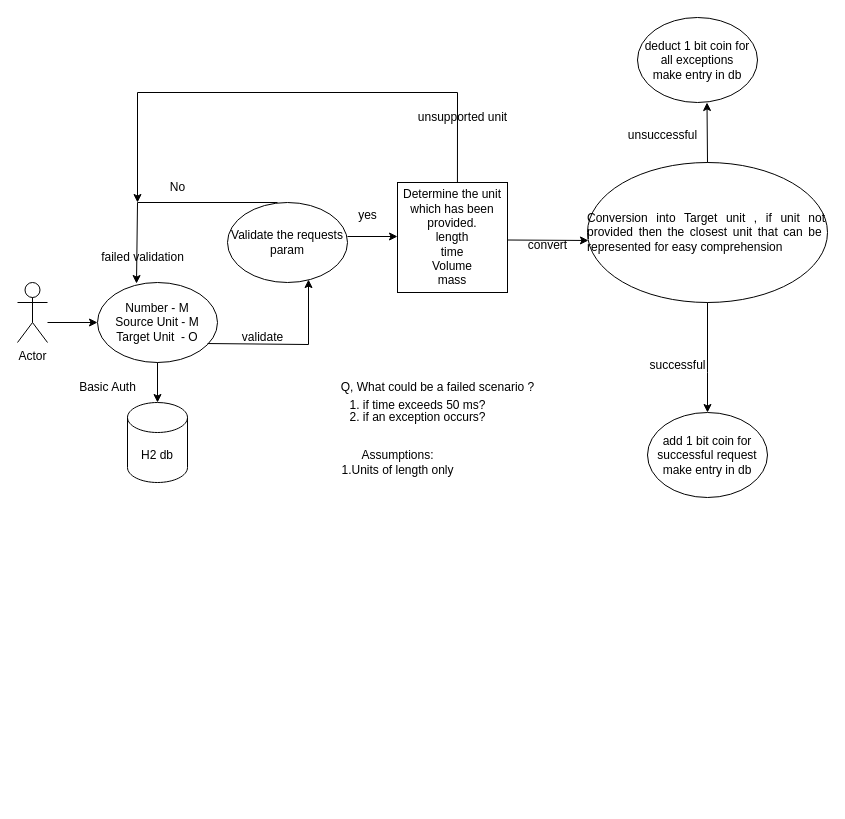
Earlier version of the draw.io diagram page "Page-1" (1 of 2) of HLD-Converters.drawio (pratimsh/DesignDiagramForUnitConverter). Source tidied: cells renumbered, new cells numbered last; positions are measured from the earlier drawing's top-left corner, leaving out a move shared by most shapes. Both pictures are drawn from the tidied source at 100%, with x=0, y=0 at pixel (17, 17).
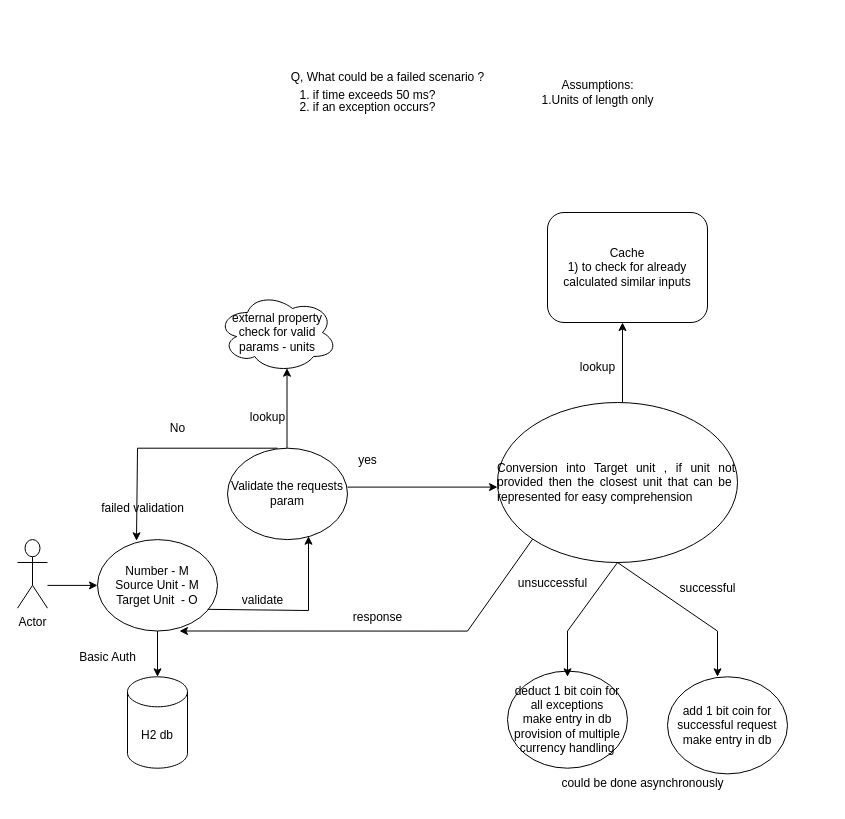
The same page after the edit.

The edit, as a diff of the source:
```diff
@@
+    <mxCell id="18" value="Assumptions:&lt;br&gt;1.Units of length only&lt;br&gt;" style="text;html=1;align=center;verticalAlign=middle;strokeColor=none;fillColor=none;" parent="1" vertex="1">
+      <mxGeometry x="510" y="55" width="140" height="40" as="geometry" />
+    </mxCell>
+    <mxCell id="19" style="group;" parent="1" vertex="1">
+      <mxGeometry x="260" y="45" width="220" height="60" as="geometry" />
+    </mxCell>
+    <mxCell id="20" value="Q, What could be a failed scenario ?" style="text;html=1;align=center;verticalAlign=middle;strokeColor=none;fillColor=none;" parent="19" vertex="1">
+      <mxGeometry width="220" height="30" as="geometry" />
+    </mxCell>
+    <mxCell id="21" value="1. if time exceeds 50 ms?" style="text;html=1;align=center;verticalAlign=middle;strokeColor=none;fillColor=none;" parent="19" vertex="1">
+      <mxGeometry x="10" y="18" width="160" height="30" as="geometry" />
+    </mxCell>
+    <mxCell id="22" value="2. if an exception occurs?" style="text;html=1;align=center;verticalAlign=middle;strokeColor=none;fillColor=none;" parent="19" vertex="1">
+      <mxGeometry x="10" y="30" width="160" height="30" as="geometry" />
+    </mxCell>
+    <mxCell id="33" value="Cache&lt;br&gt;1) to check for already calculated similar inputs" style="rounded=1;whiteSpace=wrap;html=1;" parent="1" vertex="1">
+      <mxGeometry x="530" y="195" width="160" height="110" as="geometry" />
+    </mxCell>
+    <mxCell id="34" style="group;" parent="1" vertex="1">
+      <mxGeometry y="385" width="770" height="400" as="geometry" />
+    </mxCell>
-    <mxCell id="2" value="Number - M&lt;br&gt;Source Unit - M&lt;br&gt;Target Unit&amp;nbsp; - O" style="ellipse;whiteSpace=wrap;html=1;" parent="1" vertex="1">
-      <mxGeometry x="80" y="265" width="120" height="80" as="geometry" />
+    <mxCell id="2" value="Number - M&lt;br&gt;Source Unit - M&lt;br&gt;Target Unit&amp;nbsp; - O" style="ellipse;whiteSpace=wrap;html=1;" parent="34" vertex="1">
+      <mxGeometry x="80" y="137.1" width="120" height="91.4" as="geometry" />
     </mxCell>
-    <mxCell id="3" value="Actor" style="shape=umlActor;verticalLabelPosition=bottom;verticalAlign=top;html=1;" parent="1" vertex="1">
-      <mxGeometry y="265" width="30" height="60" as="geometry" />
+    <mxCell id="3" value="Actor" style="shape=umlActor;verticalLabelPosition=bottom;verticalAlign=top;html=1;" parent="34" vertex="1">
+      <mxGeometry y="137.1" width="30" height="68.6" as="geometry" />
     </mxCell>
-    <mxCell id="4" style="endArrow=classic;html=1;rounded=0;" parent="1" edge="1">
+    <mxCell id="4" style="endArrow=classic;html=1;rounded=0;" parent="34" edge="1">
       <mxGeometry relative="1" as="geometry">
-        <mxPoint x="30" y="305" as="sourcePoint" />
-        <mxPoint x="80" y="305" as="targetPoint" />
+        <mxPoint x="30" y="182.9" as="sourcePoint" />
+        <mxPoint x="80" y="182.9" as="targetPoint" />
       </mxGeometry>
     </mxCell>
-    <mxCell id="5" value="H2 db" style="shape=cylinder3;whiteSpace=wrap;html=1;boundedLbl=1;backgroundOutline=1;size=15;" parent="1" vertex="1">
-      <mxGeometry x="110" y="385" width="60" height="80" as="geometry" />
+    <mxCell id="5" value="H2 db" style="shape=cylinder3;whiteSpace=wrap;html=1;boundedLbl=1;backgroundOutline=1;size=15;" parent="34" vertex="1">
+      <mxGeometry x="110" y="274.3" width="60" height="91.4" as="geometry" />
     </mxCell>
-    <mxCell id="6" style="endArrow=classic;html=1;rounded=0;exitX=0.5;exitY=1;exitDx=0;exitDy=0;exitPerimeter=0;entryX=0.5;entryY=0;entryDx=0;entryDy=0;entryPerimeter=0;" parent="1" edge="1" source="2" target="5">
+    <mxCell id="6" style="endArrow=classic;html=1;rounded=0;exitX=0.5;exitY=1;exitDx=0;exitDy=0;exitPerimeter=0;entryX=0.5;entryY=0;entryDx=0;entryDy=0;entryPerimeter=0;" parent="34" edge="1" source="2" target="5">
       <mxGeometry relative="1" as="geometry" />
     </mxCell>
-    <mxCell id="7" value="Basic Auth" style="text;html=1;align=center;verticalAlign=middle;strokeColor=none;fillColor=none;" parent="1" vertex="1">
-      <mxGeometry x="50" y="355" width="80" height="30" as="geometry" />
+    <mxCell id="7" value="Basic Auth" style="text;html=1;align=center;verticalAlign=middle;strokeColor=none;fillColor=none;" parent="34" vertex="1">
+      <mxGeometry x="50" y="240" width="80" height="30" as="geometry" />
     </mxCell>
-    <mxCell id="8" style="endArrow=classic;html=1;rounded=0;entryX=0.675;entryY=0.963;entryDx=0;entryDy=0;entryPerimeter=0;exitX=0.917;exitY=0.763;exitDx=0;exitDy=0;exitPerimeter=0;" parent="1" edge="1" source="2" target="9">
+    <mxCell id="8" style="endArrow=classic;html=1;rounded=0;entryX=0.675;entryY=0.963;entryDx=0;entryDy=0;entryPerimeter=0;exitX=0.917;exitY=0.763;exitDx=0;exitDy=0;exitPerimeter=0;" parent="34" edge="1" source="2" target="9">
       <mxGeometry relative="1" as="geometry">
         <Array as="points">
-          <mxPoint x="291" y="327" />
+          <mxPoint x="291" y="208" />
         </Array>
       </mxGeometry>
     </mxCell>
-    <mxCell id="9" value="Validate the requests param" style="ellipse;whiteSpace=wrap;html=1;" parent="1" vertex="1">
-      <mxGeometry x="210" y="185" width="120" height="80" as="geometry" />
+    <mxCell id="9" value="Validate the requests param" style="ellipse;whiteSpace=wrap;html=1;" parent="34" vertex="1">
+      <mxGeometry x="210" y="45.7" width="120" height="91.4" as="geometry" />
     </mxCell>
-    <mxCell id="10" style="endArrow=classic;html=1;rounded=0;exitX=0.725;exitY=0.025;exitDx=0;exitDy=0;exitPerimeter=0;entryX=0.325;entryY=0.013;entryDx=0;entryDy=0;entryPerimeter=0;" parent="1" edge="1" target="2">
+    <mxCell id="10" style="endArrow=classic;html=1;rounded=0;exitX=0.725;exitY=0.025;exitDx=0;exitDy=0;exitPerimeter=0;entryX=0.325;entryY=0.013;entryDx=0;entryDy=0;entryPerimeter=0;" parent="34" edge="1" target="2">
       <mxGeometry relative="1" as="geometry">
-        <mxPoint x="260" y="185" as="sourcePoint" />
+        <mxPoint x="260" y="45.7" as="sourcePoint" />
         <Array as="points">
-          <mxPoint x="120" y="185" />
+          <mxPoint x="120" y="45.7" />
         </Array>
       </mxGeometry>
     </mxCell>
-    <mxCell id="11" value="No" style="text;html=1;align=center;verticalAlign=middle;strokeColor=none;fillColor=none;" parent="1" vertex="1">
-      <mxGeometry x="140" y="155" width="40" height="30" as="geometry" />
+    <mxCell id="11" value="No" style="text;html=1;align=center;verticalAlign=middle;strokeColor=none;fillColor=none;" parent="34" vertex="1">
+      <mxGeometry x="140" y="11.4" width="40" height="30" as="geometry" />
     </mxCell>
-    <mxCell id="12" value="failed validation" style="text;html=1;align=center;verticalAlign=middle;strokeColor=none;fillColor=none;" parent="1" vertex="1">
-      <mxGeometry x="70" y="225" width="110" height="30" as="geometry" />
+    <mxCell id="12" value="failed validation" style="text;html=1;align=center;verticalAlign=middle;strokeColor=none;fillColor=none;" parent="34" vertex="1">
+      <mxGeometry x="70" y="91.4" width="110" height="30" as="geometry" />
     </mxCell>
-    <mxCell id="13" style="endArrow=classic;html=1;rounded=0;exitX=0.725;exitY=0.025;exitDx=0;exitDy=0;exitPerimeter=0;" parent="1" edge="1">
+    <mxCell id="13" style="endArrow=classic;html=1;rounded=0;exitX=0.725;exitY=0.025;exitDx=0;exitDy=0;exitPerimeter=0;" parent="34" edge="1">
       <mxGeometry relative="1" as="geometry">
-        <mxPoint x="330" y="219" as="sourcePoint" />
-        <mxPoint x="380" y="219" as="targetPoint" />
+        <mxPoint x="330" y="84.6" as="sourcePoint" />
+        <mxPoint x="480" y="84.6" as="targetPoint" />
       </mxGeometry>
     </mxCell>
-    <mxCell id="14" value="yes" style="text;html=1;align=center;verticalAlign=middle;strokeColor=none;fillColor=none;" parent="1" vertex="1">
-      <mxGeometry x="330" y="183" width="40" height="30" as="geometry" />
+    <mxCell id="14" value="yes" style="text;html=1;align=center;verticalAlign=middle;strokeColor=none;fillColor=none;" parent="34" vertex="1">
+      <mxGeometry x="330" y="43.4" width="40" height="30" as="geometry" />
     </mxCell>
-    <mxCell id="15" value="&lt;div style=&quot;text-align: justify;&quot;&gt;&lt;span style=&quot;background-color: initial;&quot;&gt;&lt;font style=&quot;font-size: 12px;&quot;&gt;Conversion into Target unit , if unit not provided then the closest unit that can be&amp;nbsp; represented for easy comprehension&lt;/font&gt;&lt;/span&gt;&lt;/div&gt;" style="ellipse;whiteSpace=wrap;html=1;align=right;" parent="1" vertex="1">
-      <mxGeometry x="570" y="145" width="240" height="140" as="geometry" />
+    <mxCell id="15" value="&lt;div style=&quot;text-align: justify;&quot;&gt;&lt;span style=&quot;background-color: initial;&quot;&gt;&lt;font style=&quot;font-size: 12px;&quot;&gt;Conversion into Target unit , if unit not provided then the closest unit that can be&amp;nbsp; represented for easy comprehension&lt;/font&gt;&lt;/span&gt;&lt;/div&gt;" style="ellipse;whiteSpace=wrap;html=1;align=right;" parent="34" vertex="1">
+      <mxGeometry x="480" width="240" height="160" as="geometry" />
     </mxCell>
-    <mxCell id="16" style="endArrow=classic;html=1;rounded=0;exitX=0.5;exitY=1;exitDx=0;exitDy=0;" parent="1" edge="1" source="15">
+    <mxCell id="16" style="endArrow=classic;html=1;rounded=0;exitX=0.5;exitY=1;exitDx=0;exitDy=0;" parent="34" edge="1" source="15">
       <mxGeometry relative="1" as="geometry">
-        <mxPoint x="690" y="395" as="targetPoint" />
+        <mxPoint x="700" y="274.3" as="targetPoint" />
         <Array as="points">
-          <mxPoint x="690" y="355" />
+          <mxPoint x="700" y="228.6" />
         </Array>
       </mxGeometry>
     </mxCell>
-    <mxCell id="17" value="add 1 bit coin for successful request&lt;br&gt;make entry in db" style="ellipse;whiteSpace=wrap;html=1;" parent="1" vertex="1">
-      <mxGeometry x="630" y="395" width="120" height="85" as="geometry" />
+    <mxCell id="17" value="add 1 bit coin for successful request&lt;br&gt;make entry in db" style="ellipse;whiteSpace=wrap;html=1;" parent="34" vertex="1">
+      <mxGeometry x="650" y="274.3" width="120" height="97.1" as="geometry" />
     </mxCell>
-    <mxCell id="18" value="Assumptions:&lt;br&gt;1.Units of length only&lt;br&gt;" style="text;html=1;align=center;verticalAlign=middle;strokeColor=none;fillColor=none;" parent="1" vertex="1">
-      <mxGeometry x="310" y="425" width="140" height="40" as="geometry" />
-    </mxCell>
-    <mxCell id="19" style="group;" parent="1" vertex="1">
-      <mxGeometry x="310" y="355" width="220" height="60" as="geometry" />
-    </mxCell>
-    <mxCell id="20" value="Q, What could be a failed scenario ?" style="text;html=1;align=center;verticalAlign=middle;strokeColor=none;fillColor=none;" parent="19" vertex="1">
-      <mxGeometry width="220" height="30" as="geometry" />
-    </mxCell>
-    <mxCell id="21" value="1. if time exceeds 50 ms?" style="text;html=1;align=center;verticalAlign=middle;strokeColor=none;fillColor=none;" parent="19" vertex="1">
-      <mxGeometry x="10" y="18" width="160" height="30" as="geometry" />
-    </mxCell>
-    <mxCell id="22" value="2. if an exception occurs?" style="text;html=1;align=center;verticalAlign=middle;strokeColor=none;fillColor=none;" parent="19" vertex="1">
-      <mxGeometry x="10" y="30" width="160" height="30" as="geometry" />
-    </mxCell>
-    <mxCell id="23" value="Determine the unit which has been provided.&lt;br&gt;length&lt;br&gt;time&lt;br&gt;Volume&lt;br&gt;mass&lt;br&gt;" style="whiteSpace=wrap;html=1;" parent="1" vertex="1">
-      <mxGeometry x="380" y="165" width="110" height="110" as="geometry" />
-    </mxCell>
-    <mxCell id="24" style="endArrow=classic;html=1;rounded=0;exitX=1;exitY=0.5;exitDx=0;exitDy=0;entryX=0.004;entryY=0.557;entryDx=0;entryDy=0;entryPerimeter=0;" parent="1" edge="1" target="15">
-      <mxGeometry relative="1" as="geometry">
-        <mxPoint x="490" y="222.5" as="sourcePoint" />
-      </mxGeometry>
-    </mxCell>
-    <mxCell id="25" value="convert" style="text;html=1;align=center;verticalAlign=middle;strokeColor=none;fillColor=none;" parent="1" vertex="1">
-      <mxGeometry x="500" y="213" width="60" height="30" as="geometry" />
-    </mxCell>
-    <mxCell id="26" value="unsupported unit" style="text;html=1;align=center;verticalAlign=middle;strokeColor=none;fillColor=none;" parent="1" vertex="1">
-      <mxGeometry x="390" y="85" width="110" height="30" as="geometry" />
-    </mxCell>
-    <mxCell id="27" value="validate" style="text;html=1;align=center;verticalAlign=middle;strokeColor=none;fillColor=none;" parent="1" vertex="1">
-      <mxGeometry x="215" y="305" width="60" height="30" as="geometry" />
+    <mxCell id="27" value="validate" style="text;html=1;align=center;verticalAlign=middle;strokeColor=none;fillColor=none;" parent="34" vertex="1">
+      <mxGeometry x="215" y="182.9" width="60" height="30" as="geometry" />
     </mxCell>
-    <mxCell id="28" style="endArrow=classic;html=1;rounded=0;exitX=0.545;exitY=0;exitDx=0;exitDy=0;exitPerimeter=0;" parent="1" edge="1" source="23">
-      <mxGeometry relative="1" as="geometry">
-        <mxPoint x="120" y="185" as="targetPoint" />
-        <Array as="points">
-          <mxPoint x="440" y="75" />
-          <mxPoint x="120" y="75" />
-        </Array>
-      </mxGeometry>
-    </mxCell>
-    <mxCell id="29" style="endArrow=classic;html=1;rounded=0;" parent="1" edge="1">
-      <mxGeometry relative="1" as="geometry">
-        <mxPoint x="690" y="145" as="sourcePoint" />
-        <mxPoint x="689.5" y="85" as="targetPoint" />
-      </mxGeometry>
-    </mxCell>
-    <mxCell id="30" value="deduct 1 bit coin for all exceptions&lt;br&gt;make entry in db" style="ellipse;whiteSpace=wrap;html=1;" parent="1" vertex="1">
-      <mxGeometry x="620" width="120" height="85" as="geometry" />
+    <mxCell id="30" value="deduct 1 bit coin for all exceptions&lt;br&gt;make entry in db&lt;br&gt;provision of multiple currency handling" style="ellipse;whiteSpace=wrap;html=1;" parent="34" vertex="1">
+      <mxGeometry x="490" y="268.6" width="120" height="97.1" as="geometry" />
     </mxCell>
-    <mxCell id="31" value="successful" style="text;html=1;align=center;verticalAlign=middle;strokeColor=none;fillColor=none;" parent="1" vertex="1">
-      <mxGeometry x="620" y="333" width="80" height="30" as="geometry" />
+    <mxCell id="31" value="successful" style="text;html=1;align=center;verticalAlign=middle;strokeColor=none;fillColor=none;" parent="34" vertex="1">
+      <mxGeometry x="650" y="171.4" width="80" height="30" as="geometry" />
     </mxCell>
+    <mxCell id="35" style="endArrow=classic;html=1;rounded=0;" parent="34" edge="1">
+      <mxGeometry relative="1" as="geometry">
+        <mxPoint x="600" y="160" as="sourcePoint" />
+        <mxPoint x="550" y="274.3" as="targetPoint" />
+        <Array as="points">
+          <mxPoint x="550" y="228.6" />
+        </Array>
+      </mxGeometry>
+    </mxCell>
-    <mxCell id="32" value="unsuccessful" style="text;html=1;align=center;verticalAlign=middle;strokeColor=none;fillColor=none;" parent="1" vertex="1">
-      <mxGeometry x="600" y="103" width="90" height="30" as="geometry" />
+    <mxCell id="32" value="unsuccessful" style="text;html=1;align=center;verticalAlign=middle;strokeColor=none;fillColor=none;" parent="34" vertex="1">
+      <mxGeometry x="490" y="165.7" width="90" height="30" as="geometry" />
     </mxCell>
+    <mxCell id="36" value="could be done asynchronously" style="text;html=1;align=center;verticalAlign=middle;strokeColor=none;fillColor=none;" parent="34" vertex="1">
+      <mxGeometry x="530" y="365.7" width="190" height="30" as="geometry" />
+    </mxCell>
+    <mxCell id="37" style="endArrow=classic;html=1;rounded=0;entryX=0.683;entryY=1;entryDx=0;entryDy=0;entryPerimeter=0;exitX=0;exitY=1;exitDx=0;exitDy=0;" parent="34" edge="1" source="15" target="2">
+      <mxGeometry relative="1" as="geometry">
+        <Array as="points">
+          <mxPoint x="450" y="228.6" />
+        </Array>
+      </mxGeometry>
+    </mxCell>
+    <mxCell id="38" value="response" style="text;html=1;align=center;verticalAlign=middle;strokeColor=none;fillColor=none;" parent="34" vertex="1">
+      <mxGeometry x="325" y="200" width="70" height="30" as="geometry" />
+    </mxCell>
+    <mxCell id="39" style="endArrow=classic;html=1;rounded=0;" parent="34" edge="1">
+      <mxGeometry relative="1" as="geometry">
+        <mxPoint x="269.5" y="45.7" as="sourcePoint" />
+        <mxPoint x="269.5" y="-34.3" as="targetPoint" />
+      </mxGeometry>
+    </mxCell>
+    <mxCell id="40" value="lookup" style="text;html=1;align=center;verticalAlign=middle;strokeColor=none;fillColor=none;" parent="34" vertex="1">
+      <mxGeometry x="220" width="60" height="30" as="geometry" />
+    </mxCell>
+    <mxCell id="41" style="endArrow=classic;html=1;rounded=0;" parent="1" edge="1">
+      <mxGeometry relative="1" as="geometry">
+        <mxPoint x="605" y="385" as="sourcePoint" />
+        <mxPoint x="605" y="305" as="targetPoint" />
+      </mxGeometry>
+    </mxCell>
+    <mxCell id="42" value="external property&lt;br&gt;check for valid params - units" style="ellipse;shape=cloud;whiteSpace=wrap;html=1;" parent="1" vertex="1">
+      <mxGeometry x="200" y="275" width="120" height="80" as="geometry" />
+    </mxCell>
+    <mxCell id="43" value="lookup" style="text;html=1;align=center;verticalAlign=middle;strokeColor=none;fillColor=none;" parent="1" vertex="1">
+      <mxGeometry x="550" y="335" width="60" height="30" as="geometry" />
+    </mxCell>
```
